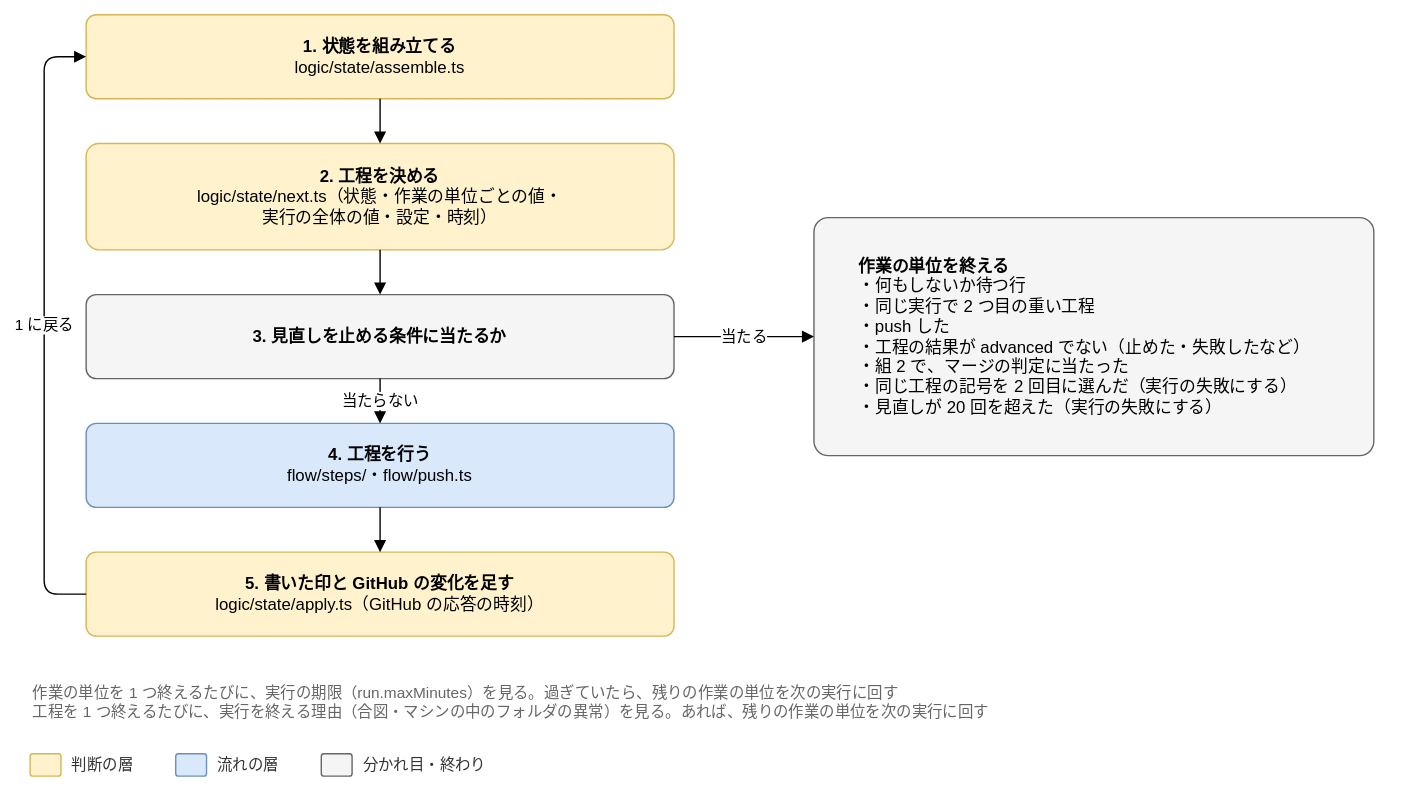
The draw.io diagram docs/design/detailed/diagrams/08-units.drawio.svg in Joymerrevent/dev-autopilot, before a commit. Source tidied: cells renumbered, new cells last; positions are measured from the earlier drawing's top-left corner, leaving out a move shared by most shapes.
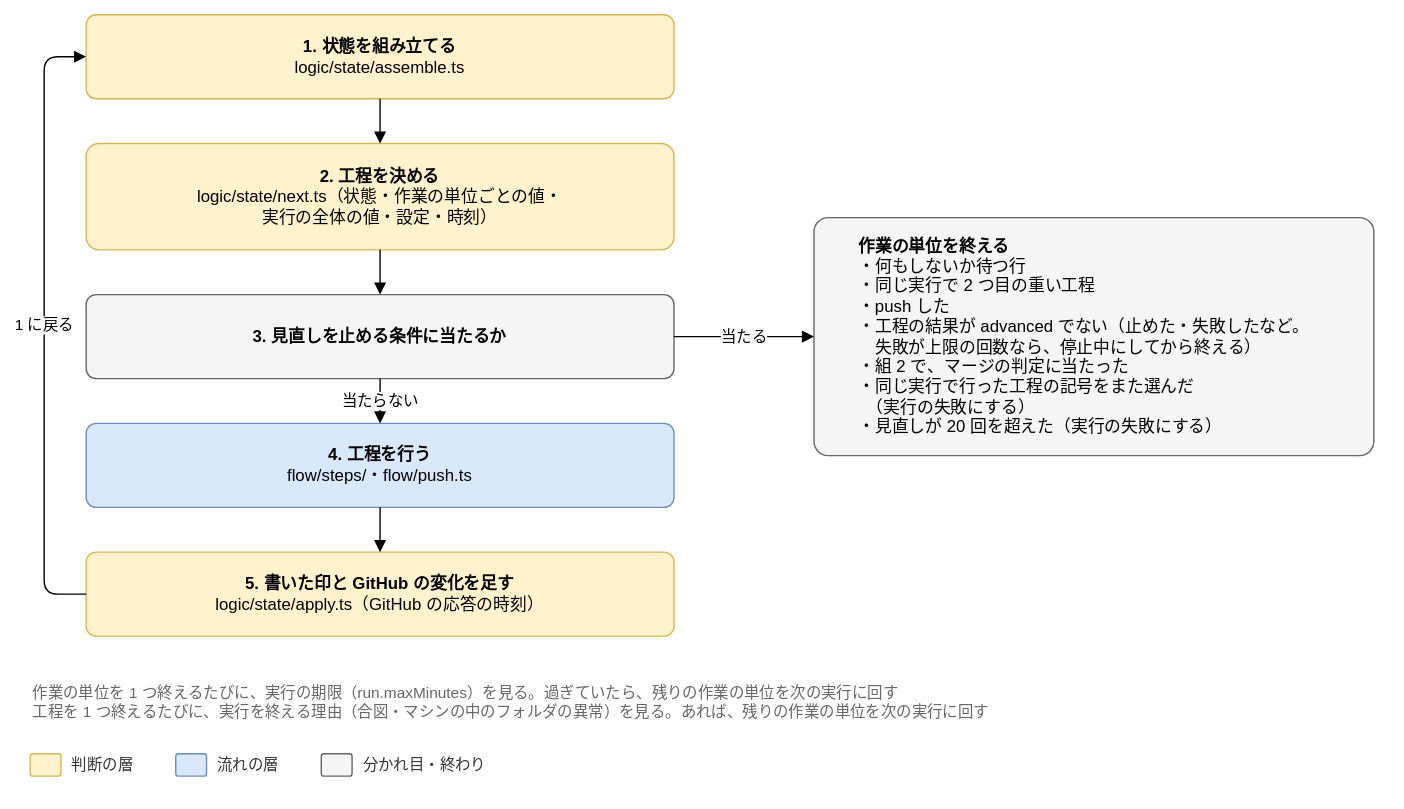
The same diagram one commit later.

Commit message:
docs(design): 08 の図の注と作業の単位を終える条件を、再レビューの直しに合わせる

08-flow.md の再レビューの直しを、図 08-run と 08-units に写す。

- 08-run の note：点検の依頼があれば、順 3・4 で止まるときも順 4・5 を行う（H-2）
- 08-units の end：同じ実行で行った工程の記号をまた選んだ（H-3）、失敗が上限の
  回数なら停止中にしてから終える（M-25）

Claude-Session: https://claude.ai/code/session_01LvmXQN14Y95msvojZ6hWNP

Change to the diagram source:
```diff
@@ -37,7 +37,7 @@
         </Array>
       </mxGeometry>
     </mxCell>
-    <mxCell id="12" value="&lt;b&gt;作業の単位を終える&lt;/b&gt;&lt;br&gt;・何もしないか待つ行&lt;br&gt;・同じ実行で 2 つ目の重い工程&lt;br&gt;・push した&lt;br&gt;・工程の結果が advanced でない（止めた・失敗したなど）&lt;br&gt;・組 2 で、マージの判定に当たった&lt;br&gt;・同じ工程の記号を 2 回目に選んだ（実行の失敗にする）&lt;br&gt;・見直しが 20 回を超えた（実行の失敗にする）" style="rounded=1;whiteSpace=wrap;html=1;fontSize=12;arcSize=12;spacing=12;fillColor=#f5f5f5;strokeColor=#666666;align=left;arcSize=6;spacingLeft=20;" parent="1" vertex="1">
+    <mxCell id="12" value="&lt;b&gt;作業の単位を終える&lt;/b&gt;&lt;br&gt;・何もしないか待つ行&lt;br&gt;・同じ実行で 2 つ目の重い工程&lt;br&gt;・push した&lt;br&gt;・工程の結果が advanced でない（止めた・失敗したなど。&lt;br&gt;　失敗が上限の回数なら、停止中にしてから終える）&lt;br&gt;・組 2 で、マージの判定に当たった&lt;br&gt;・同じ実行で行った工程の記号をまた選んだ&lt;br&gt;　（実行の失敗にする）&lt;br&gt;・見直しが 20 回を超えた（実行の失敗にする）" style="rounded=1;whiteSpace=wrap;html=1;fontSize=12;arcSize=12;spacing=12;fillColor=#f5f5f5;strokeColor=#666666;align=left;arcSize=6;spacingLeft=20;" parent="1" vertex="1">
       <mxGeometry x="560" y="145" width="400" height="170" as="geometry" />
     </mxCell>
     <mxCell id="13" value="当たる" style="edgeStyle=orthogonalEdgeStyle;rounded=1;html=1;endArrow=block;endFill=1;fontSize=11;labelBackgroundColor=#ffffff;exitX=1;exitY=0.5;exitDx=0;exitDy=0;entryX=0;entryY=0.5;entryDx=0;entryDy=0;" parent="1" edge="1" source="5" target="12">
```
